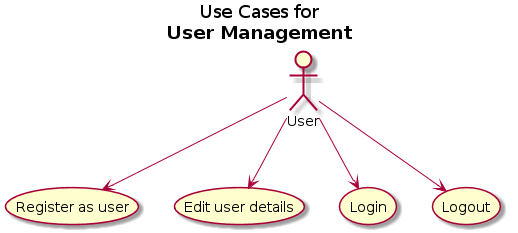
bzg/bugpile keeps this PlantUML diagram as doc/worg/images/gsoc/2012/bugpile/user-management-uml-uc.png. Above is the earlier version.
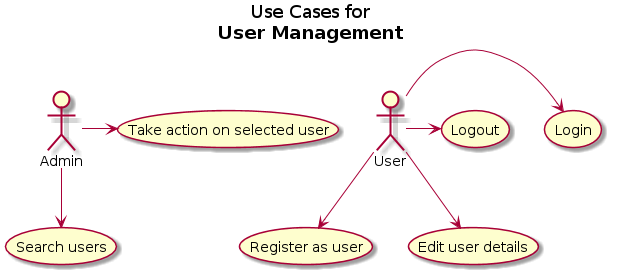
Later version of the same file.

Commit message:
i.org tutorial on worg: use case diagrams written.

The edit, as a diff of the source:
```diff
@@ -5,9 +5,13 @@
 usecase (Edit user details) as (Ed)
 usecase (Login) as (In)
 usecase (Logout) as (Out)
+usecase (Search users) as (Search)
+usecase (Take action on selected user) as (ActUser)
 
+Admin --> (Search)
+Admin -> (ActUser)
 User --> (Reg)
 User --> (Ed)
-User --> (In)
-User --> (Out)
+User -> (In)
+User -> (Out)
 @enduml
```
